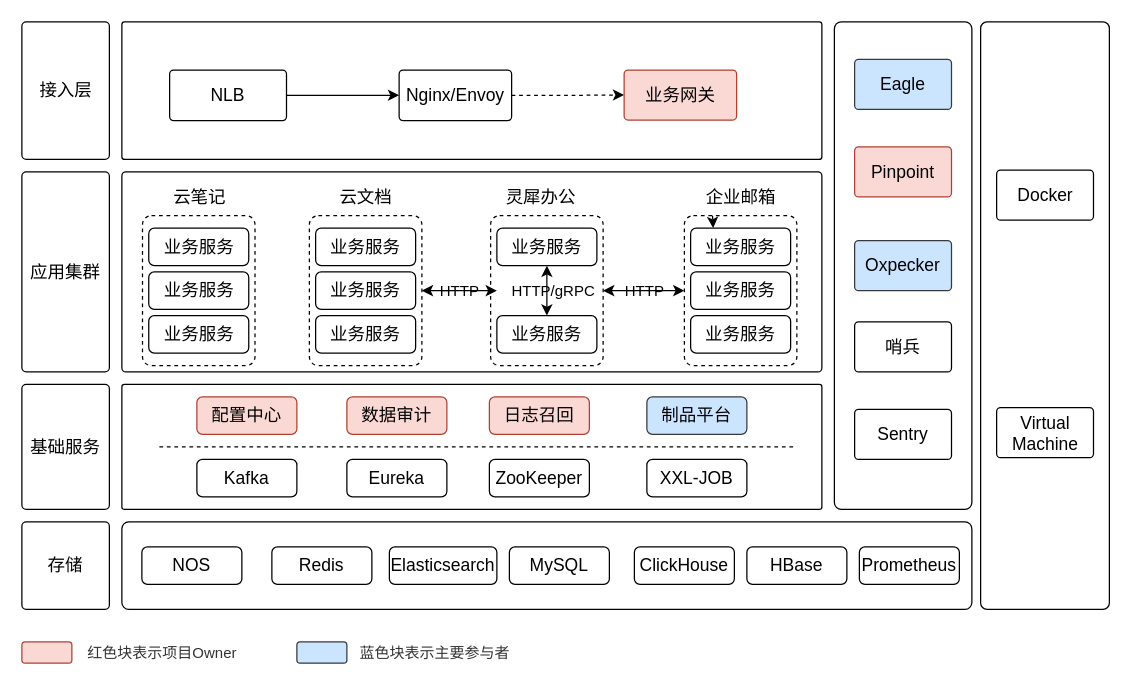
Before: page "灵犀架构图" (1 of 11) of Untitled Diagram.drawio in maxuewen/draw.io, a draw.io diagram. Source tidied: cells renumbered, new cells numbered last; positions are measured from the earlier drawing's top-left corner, leaving out a move shared by most shapes. Both pictures are drawn from the tidied source at 125%, with x=0, y=0 at pixel (21, 21).
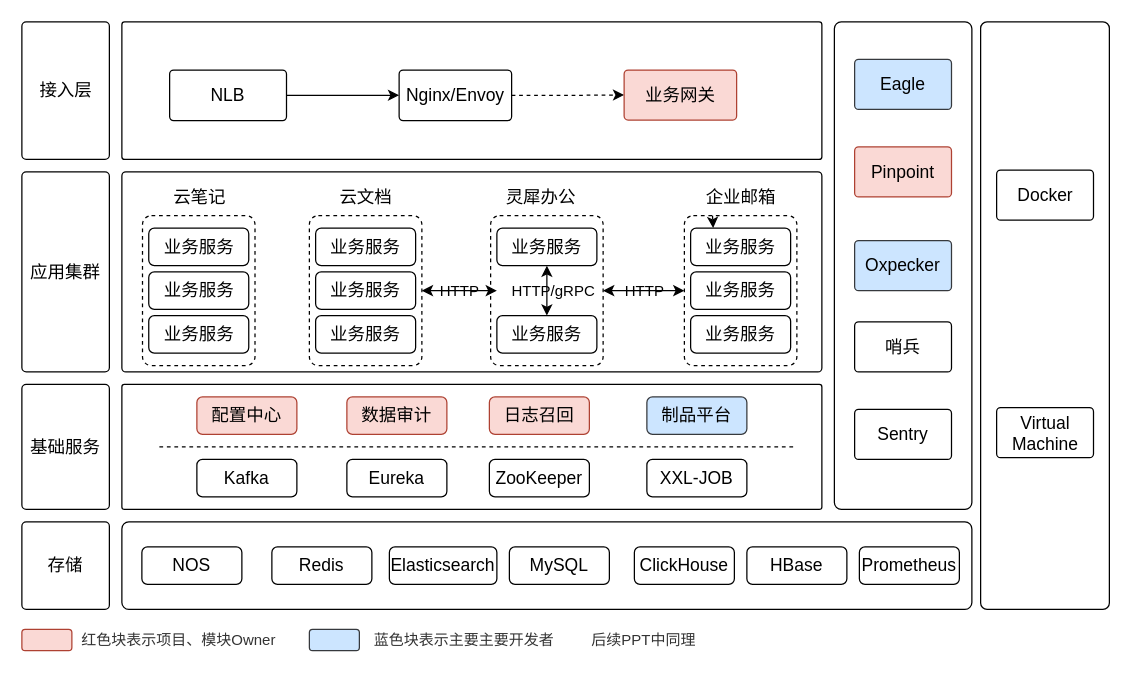
After the change.

Diff of the diagram source:
```diff
@@
     <mxCell id="65" style="rounded=1;whiteSpace=wrap;html=1;shadow=0;glass=0;sketch=0;fillStyle=auto;fontSize=14;fillColor=#fad9d5;strokeColor=#ae4132;" parent="1" vertex="1">
-      <mxGeometry y="496" width="40" height="17" as="geometry" />
+      <mxGeometry y="486" width="40" height="17" as="geometry" />
     </mxCell>
-    <mxCell id="66" value="&lt;font color=&quot;#333333&quot;&gt;红色块表示项目Owner&lt;/font&gt;" style="text;html=1;align=center;verticalAlign=middle;strokeColor=none;fillColor=none;fontSize=12;" parent="1" vertex="1">
-      <mxGeometry x="41.5" y="490" width="140" height="30" as="geometry" />
+    <mxCell id="66" value="&lt;font color=&quot;#333333&quot;&gt;红色块表示项目、模块Owner&lt;/font&gt;" style="text;html=1;align=left;verticalAlign=middle;strokeColor=none;fillColor=none;fontSize=12;" parent="1" vertex="1">
+      <mxGeometry x="46" y="480" width="180" height="30" as="geometry" />
     </mxCell>
     <mxCell id="67" style="rounded=1;whiteSpace=wrap;html=1;shadow=0;glass=0;sketch=0;fillStyle=auto;fontSize=14;fillColor=#cce5ff;strokeColor=#36393d;" parent="1" vertex="1">
-      <mxGeometry x="220" y="496" width="40" height="17" as="geometry" />
+      <mxGeometry x="230" y="486" width="40" height="17" as="geometry" />
     </mxCell>
-    <mxCell id="68" value="&lt;font color=&quot;#333333&quot;&gt;蓝色块表示主要参与者&lt;/font&gt;" style="text;html=1;align=center;verticalAlign=middle;strokeColor=none;fillColor=none;fontSize=12;" parent="1" vertex="1">
-      <mxGeometry x="260" y="490" width="140" height="30" as="geometry" />
+    <mxCell id="68" value="&lt;font color=&quot;#333333&quot;&gt;蓝色块表示主要主要开发者&lt;/font&gt;" style="text;html=1;align=left;verticalAlign=middle;strokeColor=none;fillColor=none;fontSize=12;" parent="1" vertex="1">
+      <mxGeometry x="280" y="480" width="170" height="30" as="geometry" />
     </mxCell>
+    <mxCell id="69" value="&lt;font color=&quot;#333333&quot;&gt;后续PPT中同理&lt;/font&gt;" style="text;html=1;align=left;verticalAlign=middle;strokeColor=none;fillColor=none;fontSize=12;" parent="1" vertex="1">
+      <mxGeometry x="454" y="480" width="110" height="30" as="geometry" />
+    </mxCell>
```
